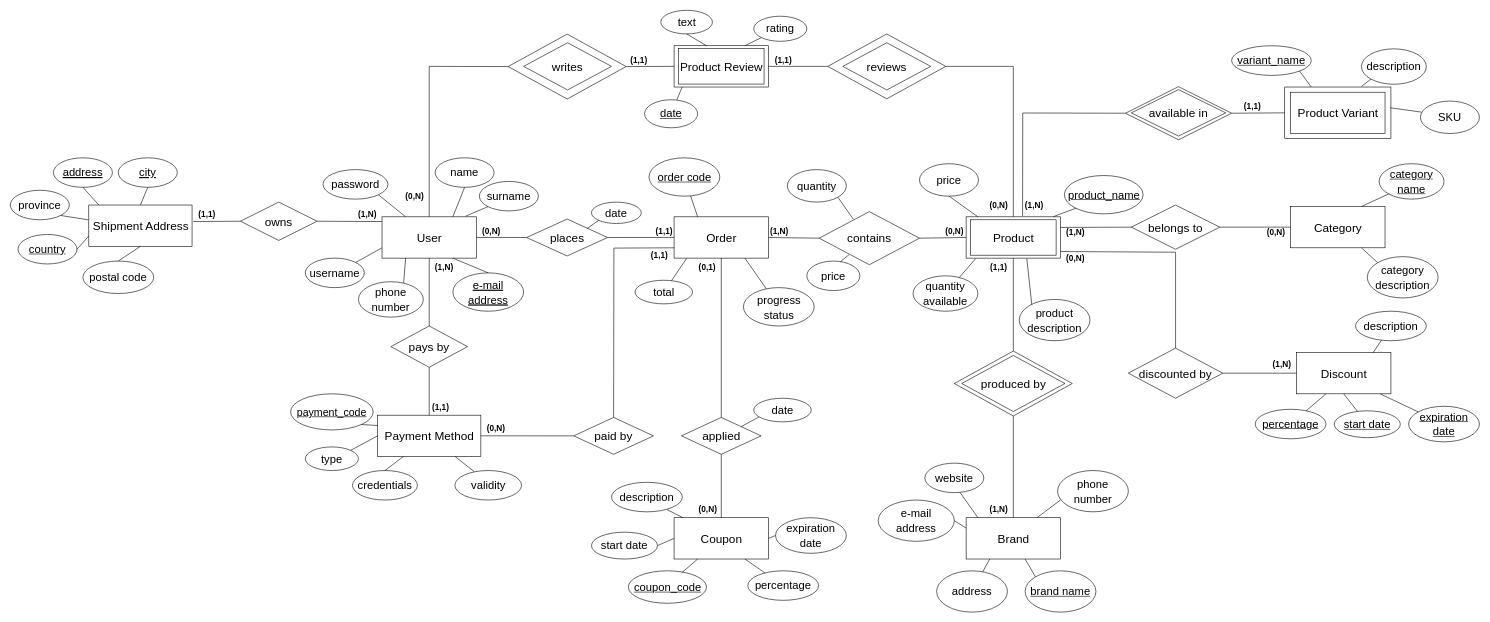
Tecnologie-Del-Web/Project keeps this draw.io diagram as documentation/database/ER.drawio. Above is the earlier version. Source tidied: cells renumbered, new cells numbered last; positions are measured from the earlier drawing's top-left corner, leaving out a move shared by most shapes. Both pictures are drawn from the tidied source at 59%, with x=0, y=0 at pixel (10, 10).
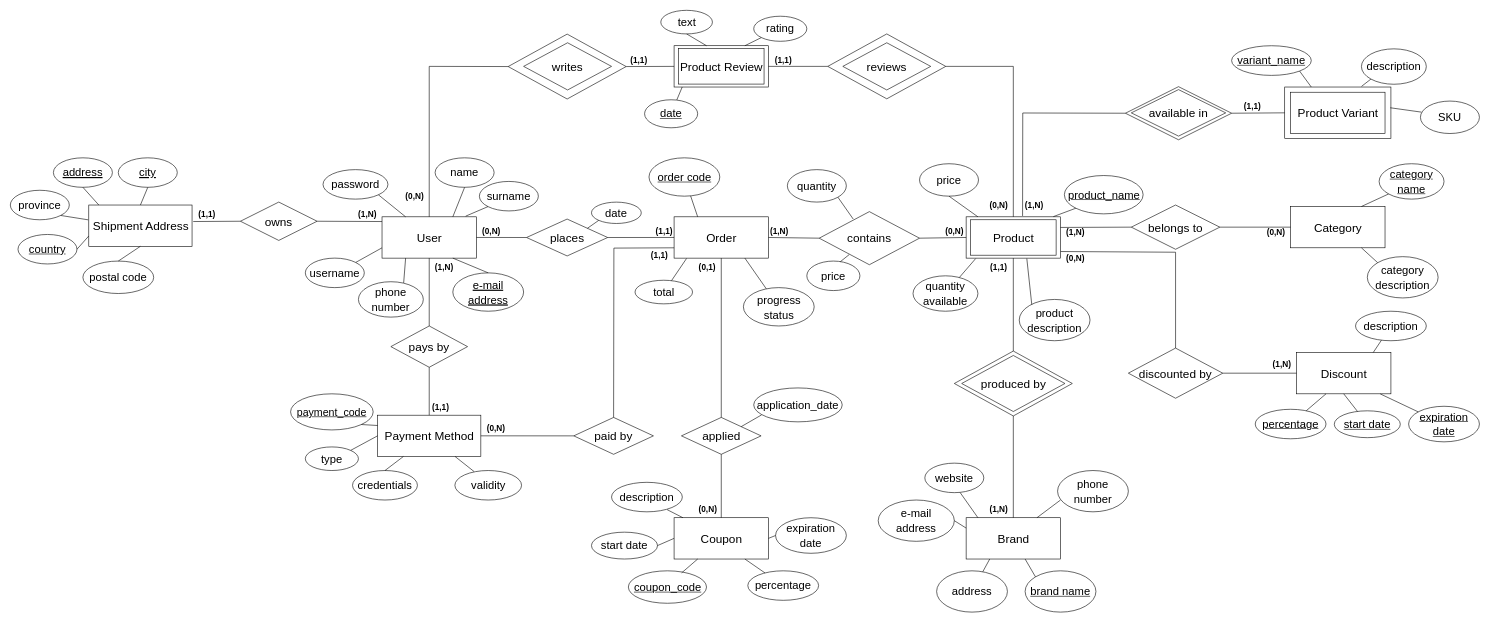
After the change.

Commit message (it also covers changes not shown here):
Apportate le modifiche concordate a ER, relazionale e .sql

Diff of the diagram source:
```diff
@@
-    <mxCell id="159" value="&lt;font style=&quot;font-size: 19px;&quot;&gt;date&lt;/font&gt;" style="ellipse;whiteSpace=wrap;html=1;fontSize=20;" parent="1" vertex="1">
-      <mxGeometry x="1260" y="657.5" width="97.5" height="40" as="geometry" />
+    <mxCell id="159" value="&lt;font style=&quot;font-size: 19px;&quot;&gt;application_date&lt;/font&gt;" style="ellipse;whiteSpace=wrap;html=1;fontSize=20;" parent="1" vertex="1">
+      <mxGeometry x="1260" y="640" width="150" height="57.5" as="geometry" />
     </mxCell>
```
